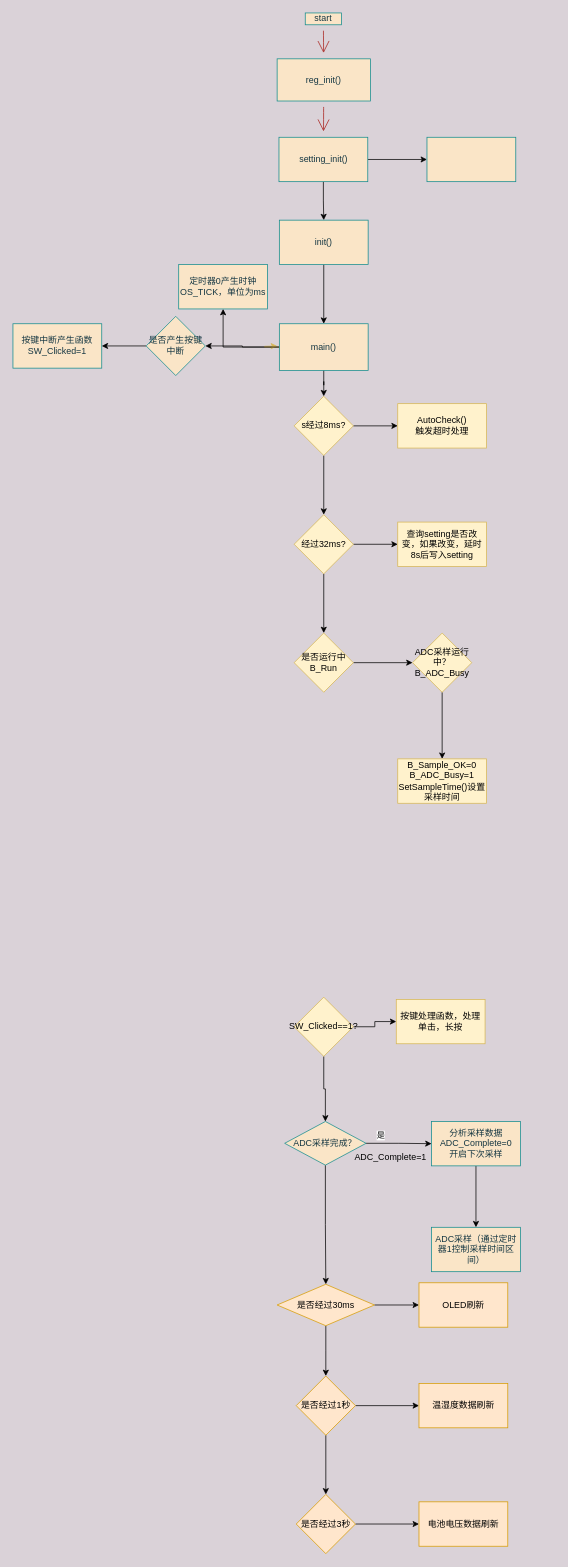
Earlier version of the draw.io diagram mini_scope.drawio (grander1/draw_io). Source tidied: cells renumbered, new cells numbered last; positions are measured from the earlier drawing's top-left corner, leaving out a move shared by most shapes. Both pictures are drawn from the tidied source at 74%, with x=0, y=0 at pixel (13, 13).
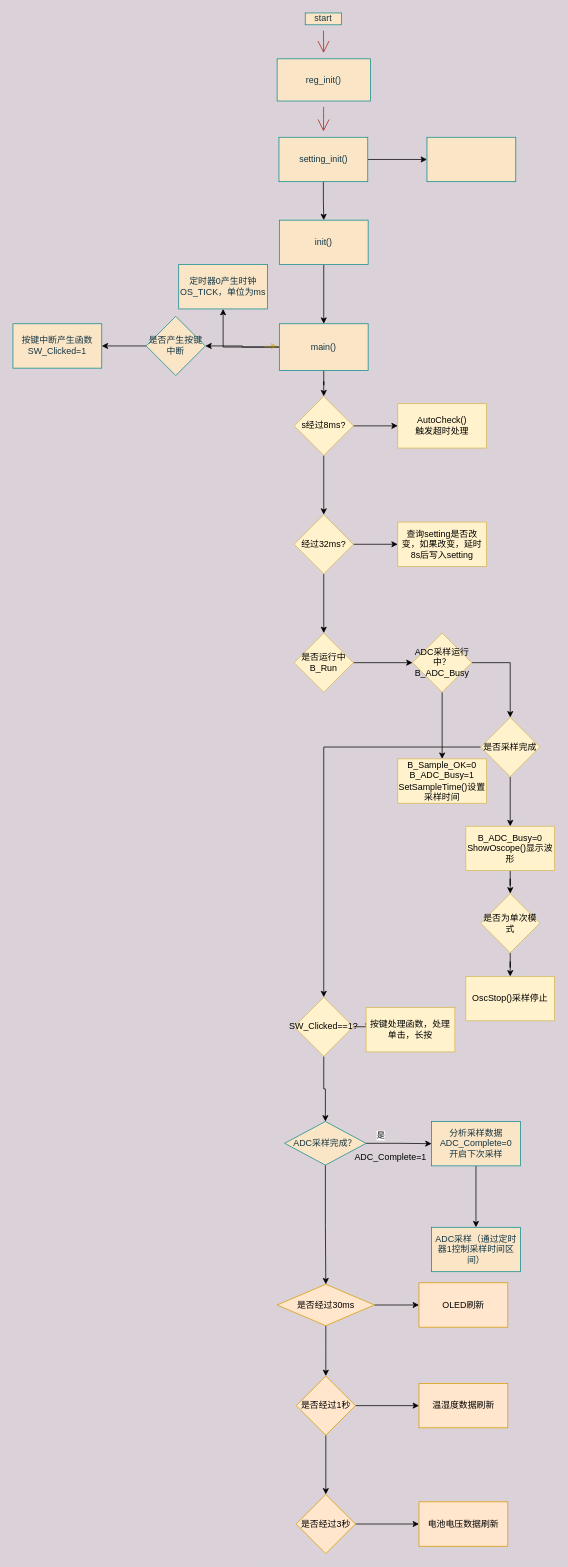
The same diagram, later.

The change refers to these unchanged cells:
```xml
<mxCell id="41" value="SW_Clicked==1?" style="rhombus;whiteSpace=wrap;html=1;fillColor=#fff2cc;strokeColor=#d6b656;" parent="1" vertex="1">
  <mxGeometry x="380" y="1330" width="80" height="80" as="geometry" />
</mxCell>
<mxCell id="55" value="&lt;div&gt;ADC采样运行中？&lt;/div&gt;&lt;div&gt;B_ADC_Busy&lt;/div&gt;" style="rhombus;whiteSpace=wrap;html=1;fillColor=#fff2cc;strokeColor=#d6b656;" parent="1" vertex="1">
  <mxGeometry x="540" y="838" width="80" height="80" as="geometry" />
</mxCell>
```

What changed in the source:
```diff
@@
     <mxCell id="42" value="按键处理函数，处理单击，长按" style="whiteSpace=wrap;html=1;fillColor=#fff2cc;strokeColor=#d6b656;" parent="1" vertex="1">
-      <mxGeometry x="518" y="1333" width="120" height="60" as="geometry" />
+      <mxGeometry x="477.2" y="1344" width="120" height="60" as="geometry" />
     </mxCell>
@@
+    <mxCell id="57" style="edgeStyle=orthogonalEdgeStyle;rounded=0;jettySize=auto;html=1;" parent="1" edge="1" source="55" target="60">
+      <mxGeometry relative="1" as="geometry" />
+    </mxCell>
@@
+    <mxCell id="58" style="edgeStyle=orthogonalEdgeStyle;rounded=0;jettySize=auto;html=1;" parent="1" edge="1" source="60" target="62">
+      <mxGeometry relative="1" as="geometry" />
+    </mxCell>
+    <mxCell id="59" style="edgeStyle=orthogonalEdgeStyle;rounded=0;jettySize=auto;html=1;entryX=0.5;entryY=0;entryDx=0;entryDy=0;" parent="1" edge="1" source="60" target="41">
+      <mxGeometry relative="1" as="geometry" />
+    </mxCell>
+    <mxCell id="60" value="是否采样完成" style="rhombus;whiteSpace=wrap;html=1;fillColor=#fff2cc;strokeColor=#d6b656;" parent="1" vertex="1">
+      <mxGeometry x="632" y="952" width="80" height="80" as="geometry" />
+    </mxCell>
+    <mxCell id="61" style="edgeStyle=orthogonalEdgeStyle;rounded=0;jettySize=auto;html=1;" parent="1" edge="1" source="62" target="64">
+      <mxGeometry relative="1" as="geometry" />
+    </mxCell>
+    <mxCell id="62" value="&lt;div&gt;B_ADC_Busy=0&lt;/div&gt;&lt;div&gt;ShowOscope()显示波形&lt;/div&gt;" style="whiteSpace=wrap;html=1;fillColor=#fff2cc;strokeColor=#d6b656;" parent="1" vertex="1">
+      <mxGeometry x="612" y="1099" width="120" height="60" as="geometry" />
+    </mxCell>
+    <mxCell id="63" style="edgeStyle=orthogonalEdgeStyle;rounded=0;jettySize=auto;html=1;" parent="1" edge="1" source="64" target="65">
+      <mxGeometry relative="1" as="geometry" />
+    </mxCell>
+    <mxCell id="64" value="是否为单次模式" style="rhombus;whiteSpace=wrap;html=1;fillColor=#fff2cc;strokeColor=#d6b656;" parent="1" vertex="1">
+      <mxGeometry x="632" y="1190" width="80" height="80" as="geometry" />
+    </mxCell>
+    <mxCell id="65" value="OscStop()采样停止" style="whiteSpace=wrap;html=1;fillColor=#fff2cc;strokeColor=#d6b656;" parent="1" vertex="1">
+      <mxGeometry x="612" y="1302" width="120" height="60" as="geometry" />
+    </mxCell>
```
